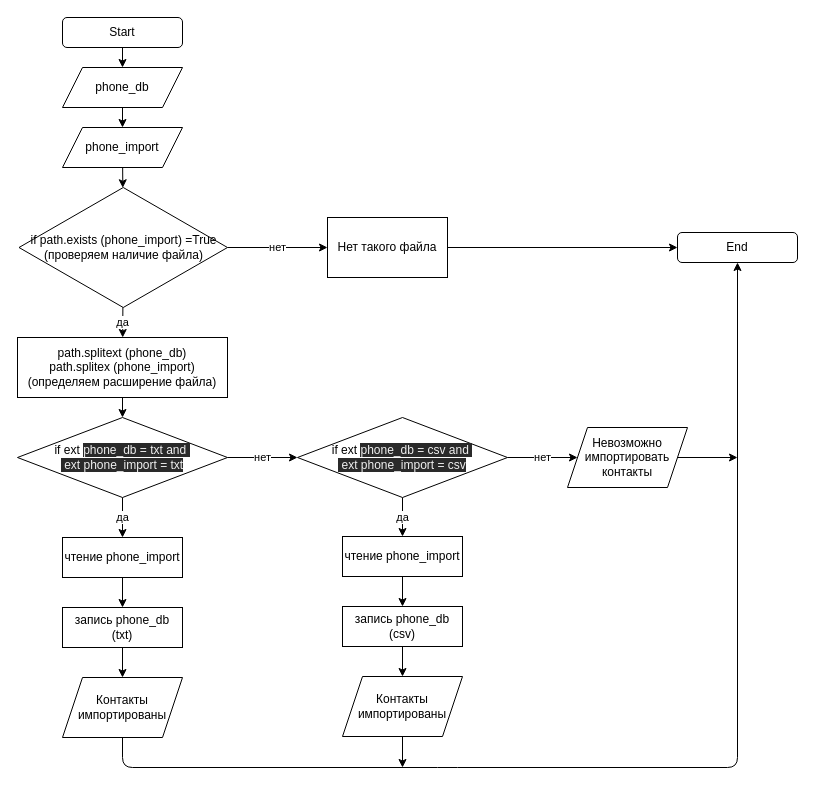
This is algorithm_import.drawio from PrinceIgor2/Command_work, a draw.io file, before an edit. Source tidied: cells renumbered, new cells numbered last; positions are measured from the earlier drawing's top-left corner, leaving out a move shared by most shapes. Both pictures are drawn from the tidied source at 100%, with x=0, y=0 at pixel (17, 17).
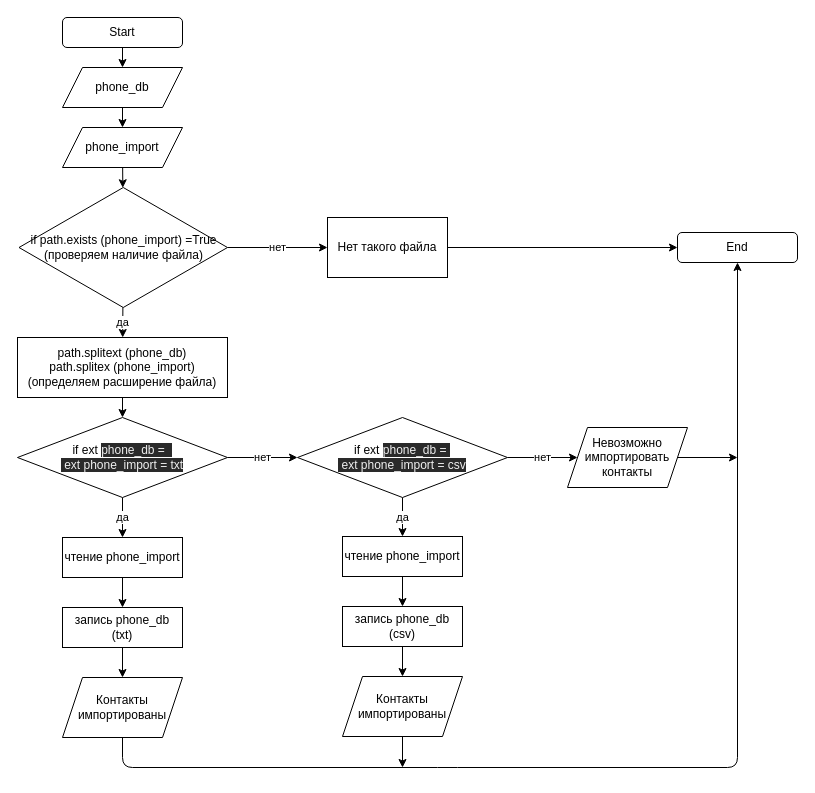
Above is the later version.

Commit message:
corrected block diagram of the algorithm

What changed in the source:
```diff
@@
-    <mxCell id="16" value="if ext&amp;nbsp;&lt;span style=&quot;color: rgb(240 , 240 , 240) ; font-family: &amp;#34;helvetica&amp;#34; ; font-size: 12px ; font-style: normal ; font-weight: 400 ; letter-spacing: normal ; text-align: center ; text-indent: 0px ; text-transform: none ; word-spacing: 0px ; background-color: rgb(42 , 42 , 42) ; display: inline ; float: none&quot;&gt;phone_db = txt and&amp;nbsp;&lt;br&gt;&amp;nbsp;ext phone_import = txt&lt;/span&gt;" style="rhombus;whiteSpace=wrap;html=1;" parent="1" vertex="1">
+    <mxCell id="16" value="if ext&amp;nbsp;&lt;span style=&quot;color: rgb(240 , 240 , 240) ; font-family: &amp;#34;helvetica&amp;#34; ; font-size: 12px ; font-style: normal ; font-weight: 400 ; letter-spacing: normal ; text-align: center ; text-indent: 0px ; text-transform: none ; word-spacing: 0px ; background-color: rgb(42 , 42 , 42) ; display: inline ; float: none&quot;&gt;phone_db =&amp;nbsp;&amp;nbsp;&lt;br&gt;&amp;nbsp;ext phone_import = txt&lt;/span&gt;" style="rhombus;whiteSpace=wrap;html=1;" parent="1" vertex="1">
       <mxGeometry y="400" width="210" height="80" as="geometry" />
     </mxCell>
@@
-    <mxCell id="27" value="if ext&amp;nbsp;&lt;span style=&quot;color: rgb(240 , 240 , 240) ; font-family: &amp;#34;helvetica&amp;#34; ; font-size: 12px ; font-style: normal ; font-weight: 400 ; letter-spacing: normal ; text-align: center ; text-indent: 0px ; text-transform: none ; word-spacing: 0px ; background-color: rgb(42 , 42 , 42) ; display: inline ; float: none&quot;&gt;phone_db = csv and&amp;nbsp;&lt;br&gt;&amp;nbsp;ext phone_import = csv&lt;/span&gt;" style="rhombus;whiteSpace=wrap;html=1;" parent="1" vertex="1">
+    <mxCell id="27" value="if ext&amp;nbsp;&lt;span style=&quot;color: rgb(240 , 240 , 240) ; font-family: &amp;#34;helvetica&amp;#34; ; font-size: 12px ; font-style: normal ; font-weight: 400 ; letter-spacing: normal ; text-align: center ; text-indent: 0px ; text-transform: none ; word-spacing: 0px ; background-color: rgb(42 , 42 , 42) ; display: inline ; float: none&quot;&gt;phone_db =&amp;nbsp;&lt;br&gt;&amp;nbsp;ext phone_import = csv&lt;/span&gt;" style="rhombus;whiteSpace=wrap;html=1;" parent="1" vertex="1">
       <mxGeometry x="280" y="400" width="210" height="80" as="geometry" />
     </mxCell>
```
